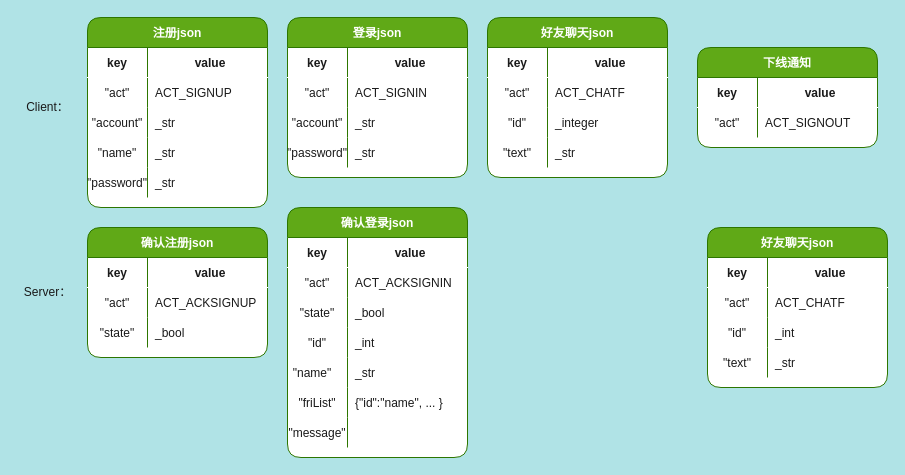
Before: json约定.drawio in leo-zhang-git/Gchatpro-file, a draw.io diagram. Source tidied: cells renumbered, new cells numbered last; positions are measured from the earlier drawing's top-left corner, leaving out a move shared by most shapes. Both pictures are drawn from the tidied source at 100%, with x=0, y=0 at pixel (17, 17).
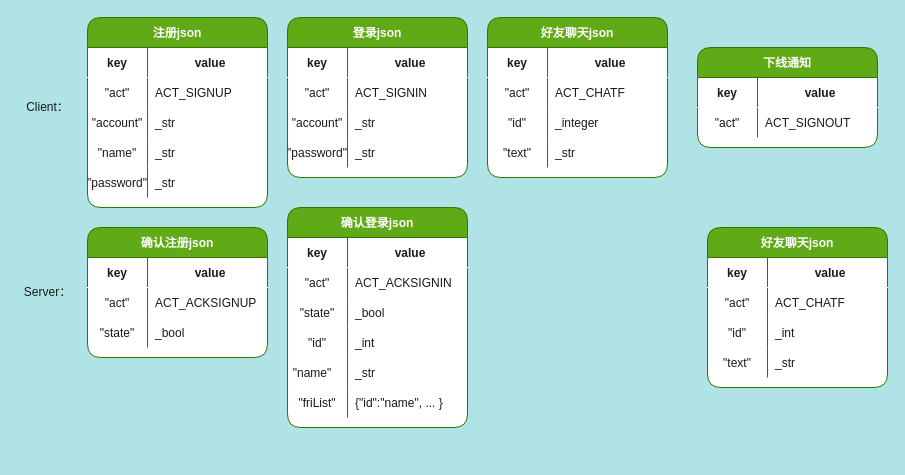
After the change.

The edit, as a diff of the source:
```diff
@@
     <mxCell id="56" value="确认登录json" style="shape=table;startSize=30;childLayout=tableLayout;rowLines=0;fontStyle=1;align=center;rounded=1;shadow=0;fillColor=#60a917;strokeColor=#2D7600;fontColor=#ffffff;flipH=1;flipV=0;swimlaneFillColor=default;" parent="1" vertex="1">
-      <mxGeometry x="270" y="190" width="180" height="250" as="geometry" />
+      <mxGeometry x="270" y="190" width="180" height="220" as="geometry" />
     </mxCell>
@@
-    <mxCell id="75" style="shape=tableRow;horizontal=0;startSize=0;swimlaneHead=0;swimlaneBody=0;fillColor=none;top=0;left=0;right=0;bottom=0;rounded=1;shadow=0;fontColor=#1A1A1A;strokeColor=#FFFFFF;" parent="56" vertex="1">
-      <mxGeometry y="210" width="180" height="30" as="geometry" />
-    </mxCell>
-    <mxCell id="76" value="&quot;message&quot;" style="shape=partialRectangle;fillColor=none;top=0;left=0;bottom=0;right=0;overflow=hidden;rounded=1;shadow=0;fontColor=#1A1A1A;strokeColor=#FFFFFF;" parent="75" vertex="1">
-      <mxGeometry width="60" height="30" as="geometry" />
-    </mxCell>
-    <mxCell id="77" style="shape=partialRectangle;fillColor=none;top=0;left=0;bottom=0;right=0;align=left;spacingLeft=6;overflow=hidden;rounded=1;shadow=0;fontColor=#1A1A1A;strokeColor=#FFFFFF;" parent="75" vertex="1">
-      <mxGeometry x="60" width="120" height="30" as="geometry" />
-    </mxCell>
```
